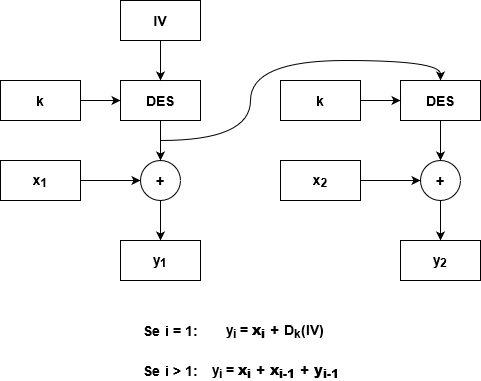
This is img/desofb.png from AlbertoSpinella/des-3des-js, a draw.io export, as it was before one commit. Source tidied: cells renumbered, new cells last; positions are measured from the earlier drawing's top-left corner, leaving out a move shared by most shapes. Its diagram source:
```xml
<mxGraphModel background="#ffffff">
  <root>
    <mxCell id="0" />
    <mxCell id="1" parent="0" />
    <mxCell id="2" style="edgeStyle=orthogonalEdgeStyle;rounded=0;jettySize=auto;html=1;" parent="1" edge="1" source="3" target="5">
      <mxGeometry relative="1" as="geometry" />
    </mxCell>
    <mxCell id="3" value="&lt;font style=&quot;font-size: 14px&quot;&gt;&lt;b&gt;x&lt;sub&gt;1&lt;/sub&gt;&lt;/b&gt;&lt;/font&gt;" style="rounded=0;whiteSpace=wrap;html=1;" parent="1" vertex="1">
      <mxGeometry y="160" width="80" height="40" as="geometry" />
    </mxCell>
    <mxCell id="4" style="edgeStyle=orthogonalEdgeStyle;rounded=0;jettySize=auto;html=1;entryX=0.5;entryY=0;entryDx=0;entryDy=0;" parent="1" edge="1" source="5" target="13">
      <mxGeometry relative="1" as="geometry" />
    </mxCell>
    <mxCell id="5" value="&lt;font style=&quot;font-size: 14px&quot;&gt;&lt;b&gt;+&lt;/b&gt;&lt;/font&gt;" style="ellipse;whiteSpace=wrap;html=1;" parent="1" vertex="1">
      <mxGeometry x="140" y="160" width="40" height="40" as="geometry" />
    </mxCell>
    <mxCell id="6" style="edgeStyle=orthogonalEdgeStyle;rounded=0;jettySize=auto;html=1;entryX=0.5;entryY=0;entryDx=0;entryDy=0;" parent="1" edge="1" source="8" target="5">
      <mxGeometry relative="1" as="geometry" />
    </mxCell>
    <mxCell id="7" style="edgeStyle=orthogonalEdgeStyle;rounded=0;jettySize=auto;html=1;entryX=0.5;entryY=0;entryDx=0;entryDy=0;curved=1;" parent="1" edge="1" target="19">
      <mxGeometry relative="1" as="geometry">
        <mxPoint x="160" y="140" as="sourcePoint" />
        <Array as="points">
          <mxPoint x="250" y="140" />
          <mxPoint x="250" y="60" />
          <mxPoint x="440" y="60" />
        </Array>
      </mxGeometry>
    </mxCell>
    <mxCell id="8" value="&lt;font style=&quot;font-size: 14px&quot;&gt;&lt;b&gt;DES&lt;/b&gt;&lt;/font&gt;" style="rounded=0;whiteSpace=wrap;html=1;" parent="1" vertex="1">
      <mxGeometry x="120" y="80" width="80" height="40" as="geometry" />
    </mxCell>
    <mxCell id="9" style="edgeStyle=orthogonalEdgeStyle;rounded=0;jettySize=auto;html=1;entryX=0.5;entryY=0;entryDx=0;entryDy=0;" parent="1" edge="1" source="10" target="8">
      <mxGeometry relative="1" as="geometry" />
    </mxCell>
    <mxCell id="10" value="&lt;font style=&quot;font-size: 14px&quot;&gt;&lt;b&gt;IV&lt;/b&gt;&lt;/font&gt;" style="rounded=0;whiteSpace=wrap;html=1;" parent="1" vertex="1">
      <mxGeometry x="120" width="80" height="40" as="geometry" />
    </mxCell>
    <mxCell id="11" style="edgeStyle=orthogonalEdgeStyle;rounded=0;jettySize=auto;html=1;entryX=0;entryY=0.5;entryDx=0;entryDy=0;" parent="1" edge="1" source="12" target="8">
      <mxGeometry relative="1" as="geometry" />
    </mxCell>
    <mxCell id="12" value="&lt;font style=&quot;font-size: 14px&quot;&gt;&lt;b&gt;k&lt;/b&gt;&lt;/font&gt;" style="rounded=0;whiteSpace=wrap;html=1;" parent="1" vertex="1">
      <mxGeometry y="80" width="80" height="40" as="geometry" />
    </mxCell>
    <mxCell id="13" value="&lt;font style=&quot;font-size: 14px&quot;&gt;&lt;b&gt;y&lt;sub&gt;1&lt;/sub&gt;&lt;/b&gt;&lt;/font&gt;" style="rounded=0;whiteSpace=wrap;html=1;" parent="1" vertex="1">
      <mxGeometry x="120" y="240" width="80" height="40" as="geometry" />
    </mxCell>
    <mxCell id="14" value="&lt;div&gt;&lt;font style=&quot;font-size: 14px&quot;&gt;&lt;b&gt;Se i = 1:&lt;/b&gt;&lt;/font&gt;&lt;/div&gt;" style="text;html=1;strokeColor=none;fillColor=none;align=center;verticalAlign=middle;whiteSpace=wrap;rounded=0;" parent="1" vertex="1">
      <mxGeometry x="130" y="320" width="80" height="20" as="geometry" />
    </mxCell>
    <mxCell id="15" value="&lt;font style=&quot;font-size: 14px&quot;&gt;&lt;b&gt;y&lt;sub&gt;i&lt;/sub&gt; = &lt;/b&gt;&lt;/font&gt;&lt;font style=&quot;font-size: 14px&quot;&gt;&lt;b&gt;&lt;font style=&quot;font-size: 14px&quot;&gt;&lt;b&gt;x&lt;sub&gt;i&lt;/sub&gt; + &lt;/b&gt;&lt;/font&gt;D&lt;sub&gt;k&lt;/sub&gt;(IV)&lt;/b&gt;&lt;/font&gt;" style="text;html=1;strokeColor=none;fillColor=none;align=center;verticalAlign=middle;whiteSpace=wrap;rounded=0;" parent="1" vertex="1">
      <mxGeometry x="200" y="320" width="150" height="20" as="geometry" />
    </mxCell>
    <mxCell id="16" value="&lt;font style=&quot;font-size: 14px&quot;&gt;&lt;b&gt;y&lt;sub&gt;i&lt;/sub&gt; = &lt;/b&gt;&lt;/font&gt;&lt;font style=&quot;font-size: 14px&quot;&gt;&lt;b&gt;&lt;font style=&quot;font-size: 14px&quot;&gt;&lt;b&gt;&lt;font style=&quot;font-size: 14px&quot;&gt;&lt;b&gt;&lt;font style=&quot;font-size: 14px&quot;&gt;&lt;b&gt;x&lt;sub&gt;i&lt;/sub&gt; + &lt;/b&gt;&lt;/font&gt;&lt;/b&gt;&lt;/font&gt;&lt;/b&gt;&lt;/font&gt;&lt;/b&gt;&lt;/font&gt;&lt;font style=&quot;font-size: 14px&quot;&gt;&lt;b&gt;&lt;font style=&quot;font-size: 14px&quot;&gt;&lt;b&gt;&lt;font style=&quot;font-size: 14px&quot;&gt;&lt;b&gt;&lt;font style=&quot;font-size: 14px&quot;&gt;&lt;b&gt;&lt;font style=&quot;font-size: 14px&quot;&gt;&lt;b&gt;&lt;font style=&quot;font-size: 14px&quot;&gt;&lt;b&gt;x&lt;sub&gt;i-1&lt;/sub&gt; + &lt;/b&gt;&lt;/font&gt;&lt;/b&gt;&lt;/font&gt;&lt;/b&gt;&lt;/font&gt;&lt;/b&gt;&lt;/font&gt;&lt;/b&gt;&lt;/font&gt;&lt;/b&gt;&lt;/font&gt;&lt;font style=&quot;font-size: 14px&quot;&gt;&lt;b&gt;&lt;font style=&quot;font-size: 14px&quot;&gt;&lt;b&gt;&lt;font style=&quot;font-size: 14px&quot;&gt;&lt;b&gt;&lt;font style=&quot;font-size: 14px&quot;&gt;&lt;b&gt;&lt;font style=&quot;font-size: 14px&quot;&gt;&lt;b&gt;&lt;font style=&quot;font-size: 14px&quot;&gt;&lt;b&gt;&lt;font style=&quot;font-size: 14px&quot;&gt;&lt;b&gt;&lt;font style=&quot;font-size: 14px&quot;&gt;&lt;b&gt;y&lt;sub&gt;i-1&lt;/sub&gt;&lt;/b&gt;&lt;/font&gt;&lt;br&gt;&lt;/b&gt;&lt;/font&gt;&lt;/b&gt;&lt;/font&gt;&lt;/b&gt;&lt;/font&gt;&lt;/b&gt;&lt;/font&gt;&lt;/b&gt;&lt;/font&gt;&lt;/b&gt;&lt;/font&gt;&lt;/b&gt;&lt;/font&gt;" style="text;html=1;align=center;verticalAlign=middle;strokeColor=none;" parent="1" vertex="1">
      <mxGeometry x="205" y="360" width="140" height="20" as="geometry" />
    </mxCell>
    <mxCell id="17" value="&lt;div&gt;&lt;font style=&quot;font-size: 14px&quot;&gt;&lt;b&gt;Se i &amp;gt; 1:&lt;/b&gt;&lt;/font&gt;&lt;/div&gt;" style="text;html=1;strokeColor=none;fillColor=none;align=center;verticalAlign=middle;whiteSpace=wrap;rounded=0;" parent="1" vertex="1">
      <mxGeometry x="130" y="360" width="80" height="20" as="geometry" />
    </mxCell>
    <mxCell id="18" style="edgeStyle=orthogonalEdgeStyle;rounded=0;jettySize=auto;html=1;entryX=0.5;entryY=0;entryDx=0;entryDy=0;" parent="1" edge="1" source="19" target="23">
      <mxGeometry relative="1" as="geometry" />
    </mxCell>
    <mxCell id="19" value="&lt;font style=&quot;font-size: 14px&quot;&gt;&lt;b&gt;DES&lt;/b&gt;&lt;/font&gt;" style="rounded=0;whiteSpace=wrap;html=1;" parent="1" vertex="1">
      <mxGeometry x="400" y="80" width="80" height="40" as="geometry" />
    </mxCell>
    <mxCell id="20" style="edgeStyle=orthogonalEdgeStyle;rounded=0;jettySize=auto;html=1;entryX=0;entryY=0.5;entryDx=0;entryDy=0;" parent="1" edge="1" source="21" target="19">
      <mxGeometry relative="1" as="geometry" />
    </mxCell>
    <mxCell id="21" value="&lt;font style=&quot;font-size: 14px&quot;&gt;&lt;b&gt;k&lt;/b&gt;&lt;/font&gt;" style="rounded=0;whiteSpace=wrap;html=1;" parent="1" vertex="1">
      <mxGeometry x="280" y="80" width="80" height="40" as="geometry" />
    </mxCell>
    <mxCell id="22" style="edgeStyle=orthogonalEdgeStyle;rounded=0;jettySize=auto;html=1;entryX=0.5;entryY=0;entryDx=0;entryDy=0;" parent="1" edge="1" source="23" target="26">
      <mxGeometry relative="1" as="geometry" />
    </mxCell>
    <mxCell id="23" value="&lt;font style=&quot;font-size: 14px&quot;&gt;&lt;b&gt;+&lt;/b&gt;&lt;/font&gt;" style="ellipse;whiteSpace=wrap;html=1;" parent="1" vertex="1">
      <mxGeometry x="420" y="160" width="40" height="40" as="geometry" />
    </mxCell>
    <mxCell id="24" style="edgeStyle=orthogonalEdgeStyle;rounded=0;jettySize=auto;html=1;entryX=0;entryY=0.5;entryDx=0;entryDy=0;" parent="1" edge="1" source="25" target="23">
      <mxGeometry relative="1" as="geometry" />
    </mxCell>
    <mxCell id="25" value="&lt;font style=&quot;font-size: 14px&quot;&gt;&lt;b&gt;x&lt;sub&gt;2&lt;/sub&gt;&lt;/b&gt;&lt;/font&gt;" style="rounded=0;whiteSpace=wrap;html=1;" parent="1" vertex="1">
      <mxGeometry x="280" y="160" width="80" height="40" as="geometry" />
    </mxCell>
    <mxCell id="26" value="&lt;font style=&quot;font-size: 14px&quot;&gt;&lt;b&gt;y&lt;sub&gt;2&lt;/sub&gt;&lt;/b&gt;&lt;/font&gt;" style="rounded=0;whiteSpace=wrap;html=1;" parent="1" vertex="1">
      <mxGeometry x="400" y="240" width="80" height="40" as="geometry" />
    </mxCell>
  </root>
</mxGraphModel>
```
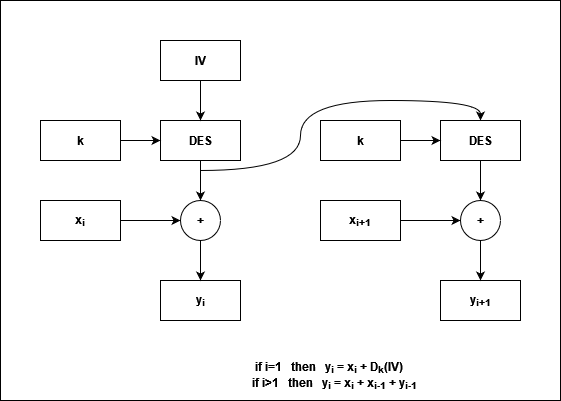
Above is the later version.

The edit, as a diff of the source:
```diff
@@ -1,88 +1,82 @@
-<mxGraphModel background="#ffffff">
+<mxGraphModel>
   <root>
     <mxCell id="0" />
     <mxCell id="1" parent="0" />
-    <mxCell id="2" style="edgeStyle=orthogonalEdgeStyle;rounded=0;jettySize=auto;html=1;" parent="1" edge="1" source="3" target="5">
-      <mxGeometry relative="1" as="geometry" />
-    </mxCell>
-    <mxCell id="3" value="&lt;font style=&quot;font-size: 14px&quot;&gt;&lt;b&gt;x&lt;sub&gt;1&lt;/sub&gt;&lt;/b&gt;&lt;/font&gt;" style="rounded=0;whiteSpace=wrap;html=1;" parent="1" vertex="1">
-      <mxGeometry y="160" width="80" height="40" as="geometry" />
-    </mxCell>
-    <mxCell id="4" style="edgeStyle=orthogonalEdgeStyle;rounded=0;jettySize=auto;html=1;entryX=0.5;entryY=0;entryDx=0;entryDy=0;" parent="1" edge="1" source="5" target="13">
-      <mxGeometry relative="1" as="geometry" />
-    </mxCell>
-    <mxCell id="5" value="&lt;font style=&quot;font-size: 14px&quot;&gt;&lt;b&gt;+&lt;/b&gt;&lt;/font&gt;" style="ellipse;whiteSpace=wrap;html=1;" parent="1" vertex="1">
-      <mxGeometry x="140" y="160" width="40" height="40" as="geometry" />
-    </mxCell>
-    <mxCell id="6" style="edgeStyle=orthogonalEdgeStyle;rounded=0;jettySize=auto;html=1;entryX=0.5;entryY=0;entryDx=0;entryDy=0;" parent="1" edge="1" source="8" target="5">
-      <mxGeometry relative="1" as="geometry" />
-    </mxCell>
-    <mxCell id="7" style="edgeStyle=orthogonalEdgeStyle;rounded=0;jettySize=auto;html=1;entryX=0.5;entryY=0;entryDx=0;entryDy=0;curved=1;" parent="1" edge="1" target="19">
-      <mxGeometry relative="1" as="geometry">
-        <mxPoint x="160" y="140" as="sourcePoint" />
-        <Array as="points">
-          <mxPoint x="250" y="140" />
-          <mxPoint x="250" y="60" />
-          <mxPoint x="440" y="60" />
-        </Array>
-      </mxGeometry>
-    </mxCell>
-    <mxCell id="8" value="&lt;font style=&quot;font-size: 14px&quot;&gt;&lt;b&gt;DES&lt;/b&gt;&lt;/font&gt;" style="rounded=0;whiteSpace=wrap;html=1;" parent="1" vertex="1">
-      <mxGeometry x="120" y="80" width="80" height="40" as="geometry" />
-    </mxCell>
-    <mxCell id="9" style="edgeStyle=orthogonalEdgeStyle;rounded=0;jettySize=auto;html=1;entryX=0.5;entryY=0;entryDx=0;entryDy=0;" parent="1" edge="1" source="10" target="8">
-      <mxGeometry relative="1" as="geometry" />
-    </mxCell>
+    <mxCell id="27" style="rounded=0;whiteSpace=wrap;html=1;" parent="1" vertex="1">
+      <mxGeometry x="-40" y="-40" width="560" height="400" as="geometry" />
+    </mxCell>
+    <mxCell id="28" style="edgeStyle=orthogonalEdgeStyle;rounded=0;jettySize=auto;html=1;entryX=0;entryY=0.5;entryDx=0;entryDy=0;fontStyle=1;" parent="1" edge="1" source="29" target="45">
+      <mxGeometry relative="1" as="geometry" />
+    </mxCell>
+    <mxCell id="29" value="x&lt;sub&gt;i&lt;/sub&gt;" style="rounded=0;whiteSpace=wrap;html=1;fontStyle=1;" parent="1" vertex="1">
+      <mxGeometry y="160" width="80" height="40" as="geometry" />
+    </mxCell>
+    <mxCell id="30" style="edgeStyle=orthogonalEdgeStyle;rounded=0;jettySize=auto;html=1;entryX=0.5;entryY=0;entryDx=0;entryDy=0;fontStyle=1;" parent="1" edge="1" source="32" target="45">
+      <mxGeometry relative="1" as="geometry" />
+    </mxCell>
+    <mxCell id="31" style="edgeStyle=orthogonalEdgeStyle;jettySize=auto;html=1;entryX=0.5;entryY=0;entryDx=0;entryDy=0;curved=1;fontStyle=1;" parent="1" edge="1" target="38">
+      <mxGeometry relative="1" as="geometry">
+        <mxPoint x="160" y="130" as="sourcePoint" />
+        <Array as="points">
+          <mxPoint x="260" y="130" />
+          <mxPoint x="260" y="60" />
+          <mxPoint x="440" y="60" />
+        </Array>
+      </mxGeometry>
+    </mxCell>
+    <mxCell id="32" value="DES" style="rounded=0;whiteSpace=wrap;html=1;fontStyle=1;" parent="1" vertex="1">
+      <mxGeometry x="120" y="80" width="80" height="40" as="geometry" />
+    </mxCell>
+    <mxCell id="33" value="y&lt;sub&gt;i&lt;/sub&gt;" style="rounded=0;whiteSpace=wrap;html=1;fontStyle=1;" parent="1" vertex="1">
+      <mxGeometry x="120" y="240" width="80" height="40" as="geometry" />
+    </mxCell>
+    <mxCell id="34" style="edgeStyle=orthogonalEdgeStyle;rounded=0;jettySize=auto;html=1;entryX=0;entryY=0.5;entryDx=0;entryDy=0;fontStyle=1;" parent="1" edge="1" source="35" target="32">
+      <mxGeometry relative="1" as="geometry" />
+    </mxCell>
+    <mxCell id="35" value="k" style="rounded=0;whiteSpace=wrap;html=1;fontStyle=1;" parent="1" vertex="1">
+      <mxGeometry y="80" width="80" height="40" as="geometry" />
+    </mxCell>
+    <mxCell id="36" style="edgeStyle=orthogonalEdgeStyle;rounded=0;jettySize=auto;html=1;entryX=0.5;entryY=0;entryDx=0;entryDy=0;fontStyle=1;" parent="1" edge="1" source="10" target="32">
+      <mxGeometry relative="1" as="geometry" />
+    </mxCell>
-    <mxCell id="10" value="&lt;font style=&quot;font-size: 14px&quot;&gt;&lt;b&gt;IV&lt;/b&gt;&lt;/font&gt;" style="rounded=0;whiteSpace=wrap;html=1;" parent="1" vertex="1">
+    <mxCell id="10" value="IV" style="rounded=0;whiteSpace=wrap;html=1;fontStyle=1;" parent="1" vertex="1">
       <mxGeometry x="120" width="80" height="40" as="geometry" />
     </mxCell>
-    <mxCell id="11" style="edgeStyle=orthogonalEdgeStyle;rounded=0;jettySize=auto;html=1;entryX=0;entryY=0.5;entryDx=0;entryDy=0;" parent="1" edge="1" source="12" target="8">
-      <mxGeometry relative="1" as="geometry" />
-    </mxCell>
-    <mxCell id="12" value="&lt;font style=&quot;font-size: 14px&quot;&gt;&lt;b&gt;k&lt;/b&gt;&lt;/font&gt;" style="rounded=0;whiteSpace=wrap;html=1;" parent="1" vertex="1">
-      <mxGeometry y="80" width="80" height="40" as="geometry" />
-    </mxCell>
-    <mxCell id="13" value="&lt;font style=&quot;font-size: 14px&quot;&gt;&lt;b&gt;y&lt;sub&gt;1&lt;/sub&gt;&lt;/b&gt;&lt;/font&gt;" style="rounded=0;whiteSpace=wrap;html=1;" parent="1" vertex="1">
-      <mxGeometry x="120" y="240" width="80" height="40" as="geometry" />
-    </mxCell>
-    <mxCell id="14" value="&lt;div&gt;&lt;font style=&quot;font-size: 14px&quot;&gt;&lt;b&gt;Se i = 1:&lt;/b&gt;&lt;/font&gt;&lt;/div&gt;" style="text;html=1;strokeColor=none;fillColor=none;align=center;verticalAlign=middle;whiteSpace=wrap;rounded=0;" parent="1" vertex="1">
-      <mxGeometry x="130" y="320" width="80" height="20" as="geometry" />
-    </mxCell>
-    <mxCell id="15" value="&lt;font style=&quot;font-size: 14px&quot;&gt;&lt;b&gt;y&lt;sub&gt;i&lt;/sub&gt; = &lt;/b&gt;&lt;/font&gt;&lt;font style=&quot;font-size: 14px&quot;&gt;&lt;b&gt;&lt;font style=&quot;font-size: 14px&quot;&gt;&lt;b&gt;x&lt;sub&gt;i&lt;/sub&gt; + &lt;/b&gt;&lt;/font&gt;D&lt;sub&gt;k&lt;/sub&gt;(IV)&lt;/b&gt;&lt;/font&gt;" style="text;html=1;strokeColor=none;fillColor=none;align=center;verticalAlign=middle;whiteSpace=wrap;rounded=0;" parent="1" vertex="1">
-      <mxGeometry x="200" y="320" width="150" height="20" as="geometry" />
-    </mxCell>
-    <mxCell id="16" value="&lt;font style=&quot;font-size: 14px&quot;&gt;&lt;b&gt;y&lt;sub&gt;i&lt;/sub&gt; = &lt;/b&gt;&lt;/font&gt;&lt;font style=&quot;font-size: 14px&quot;&gt;&lt;b&gt;&lt;font style=&quot;font-size: 14px&quot;&gt;&lt;b&gt;&lt;font style=&quot;font-size: 14px&quot;&gt;&lt;b&gt;&lt;font style=&quot;font-size: 14px&quot;&gt;&lt;b&gt;x&lt;sub&gt;i&lt;/sub&gt; + &lt;/b&gt;&lt;/font&gt;&lt;/b&gt;&lt;/font&gt;&lt;/b&gt;&lt;/font&gt;&lt;/b&gt;&lt;/font&gt;&lt;font style=&quot;font-size: 14px&quot;&gt;&lt;b&gt;&lt;font style=&quot;font-size: 14px&quot;&gt;&lt;b&gt;&lt;font style=&quot;font-size: 14px&quot;&gt;&lt;b&gt;&lt;font style=&quot;font-size: 14px&quot;&gt;&lt;b&gt;&lt;font style=&quot;font-size: 14px&quot;&gt;&lt;b&gt;&lt;font style=&quot;font-size: 14px&quot;&gt;&lt;b&gt;x&lt;sub&gt;i-1&lt;/sub&gt; + &lt;/b&gt;&lt;/font&gt;&lt;/b&gt;&lt;/font&gt;&lt;/b&gt;&lt;/font&gt;&lt;/b&gt;&lt;/font&gt;&lt;/b&gt;&lt;/font&gt;&lt;/b&gt;&lt;/font&gt;&lt;font style=&quot;font-size: 14px&quot;&gt;&lt;b&gt;&lt;font style=&quot;font-size: 14px&quot;&gt;&lt;b&gt;&lt;font style=&quot;font-size: 14px&quot;&gt;&lt;b&gt;&lt;font style=&quot;font-size: 14px&quot;&gt;&lt;b&gt;&lt;font style=&quot;font-size: 14px&quot;&gt;&lt;b&gt;&lt;font style=&quot;font-size: 14px&quot;&gt;&lt;b&gt;&lt;font style=&quot;font-size: 14px&quot;&gt;&lt;b&gt;&lt;font style=&quot;font-size: 14px&quot;&gt;&lt;b&gt;y&lt;sub&gt;i-1&lt;/sub&gt;&lt;/b&gt;&lt;/font&gt;&lt;br&gt;&lt;/b&gt;&lt;/font&gt;&lt;/b&gt;&lt;/font&gt;&lt;/b&gt;&lt;/font&gt;&lt;/b&gt;&lt;/font&gt;&lt;/b&gt;&lt;/font&gt;&lt;/b&gt;&lt;/font&gt;&lt;/b&gt;&lt;/font&gt;" style="text;html=1;align=center;verticalAlign=middle;strokeColor=none;" parent="1" vertex="1">
-      <mxGeometry x="205" y="360" width="140" height="20" as="geometry" />
-    </mxCell>
-    <mxCell id="17" value="&lt;div&gt;&lt;font style=&quot;font-size: 14px&quot;&gt;&lt;b&gt;Se i &amp;gt; 1:&lt;/b&gt;&lt;/font&gt;&lt;/div&gt;" style="text;html=1;strokeColor=none;fillColor=none;align=center;verticalAlign=middle;whiteSpace=wrap;rounded=0;" parent="1" vertex="1">
-      <mxGeometry x="130" y="360" width="80" height="20" as="geometry" />
-    </mxCell>
-    <mxCell id="18" style="edgeStyle=orthogonalEdgeStyle;rounded=0;jettySize=auto;html=1;entryX=0.5;entryY=0;entryDx=0;entryDy=0;" parent="1" edge="1" source="19" target="23">
-      <mxGeometry relative="1" as="geometry" />
-    </mxCell>
-    <mxCell id="19" value="&lt;font style=&quot;font-size: 14px&quot;&gt;&lt;b&gt;DES&lt;/b&gt;&lt;/font&gt;" style="rounded=0;whiteSpace=wrap;html=1;" parent="1" vertex="1">
-      <mxGeometry x="400" y="80" width="80" height="40" as="geometry" />
-    </mxCell>
-    <mxCell id="20" style="edgeStyle=orthogonalEdgeStyle;rounded=0;jettySize=auto;html=1;entryX=0;entryY=0.5;entryDx=0;entryDy=0;" parent="1" edge="1" source="21" target="19">
-      <mxGeometry relative="1" as="geometry" />
-    </mxCell>
-    <mxCell id="21" value="&lt;font style=&quot;font-size: 14px&quot;&gt;&lt;b&gt;k&lt;/b&gt;&lt;/font&gt;" style="rounded=0;whiteSpace=wrap;html=1;" parent="1" vertex="1">
-      <mxGeometry x="280" y="80" width="80" height="40" as="geometry" />
-    </mxCell>
-    <mxCell id="22" style="edgeStyle=orthogonalEdgeStyle;rounded=0;jettySize=auto;html=1;entryX=0.5;entryY=0;entryDx=0;entryDy=0;" parent="1" edge="1" source="23" target="26">
-      <mxGeometry relative="1" as="geometry" />
-    </mxCell>
-    <mxCell id="23" value="&lt;font style=&quot;font-size: 14px&quot;&gt;&lt;b&gt;+&lt;/b&gt;&lt;/font&gt;" style="ellipse;whiteSpace=wrap;html=1;" parent="1" vertex="1">
-      <mxGeometry x="420" y="160" width="40" height="40" as="geometry" />
-    </mxCell>
-    <mxCell id="24" style="edgeStyle=orthogonalEdgeStyle;rounded=0;jettySize=auto;html=1;entryX=0;entryY=0.5;entryDx=0;entryDy=0;" parent="1" edge="1" source="25" target="23">
-      <mxGeometry relative="1" as="geometry" />
-    </mxCell>
-    <mxCell id="25" value="&lt;font style=&quot;font-size: 14px&quot;&gt;&lt;b&gt;x&lt;sub&gt;2&lt;/sub&gt;&lt;/b&gt;&lt;/font&gt;" style="rounded=0;whiteSpace=wrap;html=1;" parent="1" vertex="1">
-      <mxGeometry x="280" y="160" width="80" height="40" as="geometry" />
-    </mxCell>
-    <mxCell id="26" value="&lt;font style=&quot;font-size: 14px&quot;&gt;&lt;b&gt;y&lt;sub&gt;2&lt;/sub&gt;&lt;/b&gt;&lt;/font&gt;" style="rounded=0;whiteSpace=wrap;html=1;" parent="1" vertex="1">
-      <mxGeometry x="400" y="240" width="80" height="40" as="geometry" />
-    </mxCell>
+    <mxCell id="37" style="edgeStyle=orthogonalEdgeStyle;rounded=0;jettySize=auto;html=1;entryX=0.5;entryY=0;entryDx=0;entryDy=0;fontStyle=1;" parent="1" edge="1" source="38" target="47">
+      <mxGeometry relative="1" as="geometry" />
+    </mxCell>
+    <mxCell id="38" value="DES" style="rounded=0;whiteSpace=wrap;html=1;fontStyle=1;" parent="1" vertex="1">
+      <mxGeometry x="400" y="80" width="80" height="40" as="geometry" />
+    </mxCell>
+    <mxCell id="39" style="edgeStyle=orthogonalEdgeStyle;rounded=0;jettySize=auto;html=1;entryX=0;entryY=0.5;entryDx=0;entryDy=0;fontStyle=1;" parent="1" edge="1" source="40" target="38">
+      <mxGeometry relative="1" as="geometry" />
+    </mxCell>
+    <mxCell id="40" value="k" style="rounded=0;whiteSpace=wrap;html=1;fontStyle=1;" parent="1" vertex="1">
+      <mxGeometry x="280" y="80" width="80" height="40" as="geometry" />
+    </mxCell>
+    <mxCell id="41" style="edgeStyle=orthogonalEdgeStyle;rounded=0;jettySize=auto;html=1;entryX=0;entryY=0.5;entryDx=0;entryDy=0;fontStyle=1;" parent="1" edge="1" source="42" target="47">
+      <mxGeometry relative="1" as="geometry" />
+    </mxCell>
+    <mxCell id="42" value="x&lt;sub&gt;i+1&lt;/sub&gt;" style="rounded=0;whiteSpace=wrap;html=1;fontStyle=1;" parent="1" vertex="1">
+      <mxGeometry x="280" y="160" width="80" height="40" as="geometry" />
+    </mxCell>
+    <mxCell id="43" value="y&lt;sub&gt;i+1&lt;/sub&gt;" style="rounded=0;whiteSpace=wrap;html=1;fontStyle=1;" parent="1" vertex="1">
+      <mxGeometry x="400" y="240" width="80" height="40" as="geometry" />
+    </mxCell>
+    <mxCell id="44" style="edgeStyle=orthogonalEdgeStyle;rounded=0;jettySize=auto;html=1;entryX=0.5;entryY=0;entryDx=0;entryDy=0;fontStyle=1;" parent="1" edge="1" source="45" target="33">
+      <mxGeometry relative="1" as="geometry" />
+    </mxCell>
+    <mxCell id="45" value="+" style="ellipse;whiteSpace=wrap;html=1;fontStyle=1;" parent="1" vertex="1">
+      <mxGeometry x="140" y="160" width="40" height="40" as="geometry" />
+    </mxCell>
+    <mxCell id="46" style="edgeStyle=orthogonalEdgeStyle;rounded=0;jettySize=auto;html=1;entryX=0.5;entryY=0;entryDx=0;entryDy=0;fontStyle=1;" parent="1" edge="1" source="47" target="43">
+      <mxGeometry relative="1" as="geometry" />
+    </mxCell>
+    <mxCell id="47" value="+" style="ellipse;whiteSpace=wrap;html=1;fontStyle=1;" parent="1" vertex="1">
+      <mxGeometry x="420" y="160" width="40" height="40" as="geometry" />
+    </mxCell>
+    <mxCell id="48" value="&lt;div&gt;if i=1&amp;nbsp;&amp;nbsp; then&amp;nbsp;&amp;nbsp; y&lt;sub&gt;i&lt;/sub&gt; = x&lt;sub&gt;i&lt;/sub&gt; + D&lt;sub&gt;k&lt;/sub&gt;(IV)&amp;nbsp;&amp;nbsp;&amp;nbsp;&amp;nbsp; &lt;br&gt;&lt;/div&gt;&lt;div&gt;if i&amp;gt;1&amp;nbsp;&amp;nbsp; then&amp;nbsp;&amp;nbsp; y&lt;sub&gt;i&lt;/sub&gt; = x&lt;sub&gt;i&lt;/sub&gt; + x&lt;sub&gt;i-1&lt;/sub&gt; + y&lt;sub&gt;i-1&lt;/sub&gt;&lt;br&gt;&lt;/div&gt;" style="text;html=1;strokeColor=none;fillColor=none;align=center;verticalAlign=middle;whiteSpace=wrap;rounded=0;fontStyle=1;" parent="1" vertex="1">
+      <mxGeometry x="100" y="320" width="390" height="30" as="geometry" />
+    </mxCell>
   </root>
 </mxGraphModel>
```
